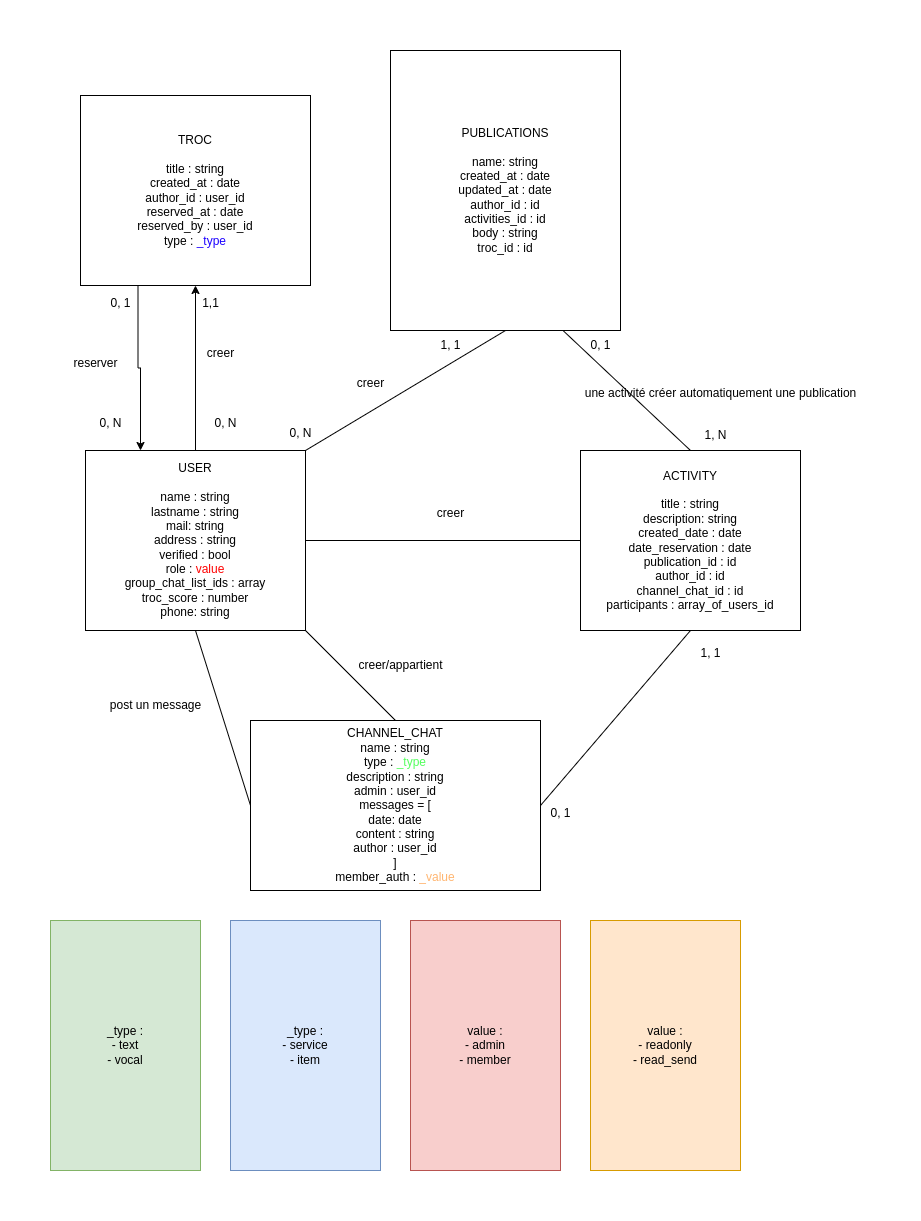
Above: DB_scheme.png in Spatulox/PA_CopainQuartier (draw.io), before the change. Source tidied: cells renumbered, new cells last; positions are measured from the earlier drawing's top-left corner, leaving out a move shared by most shapes.
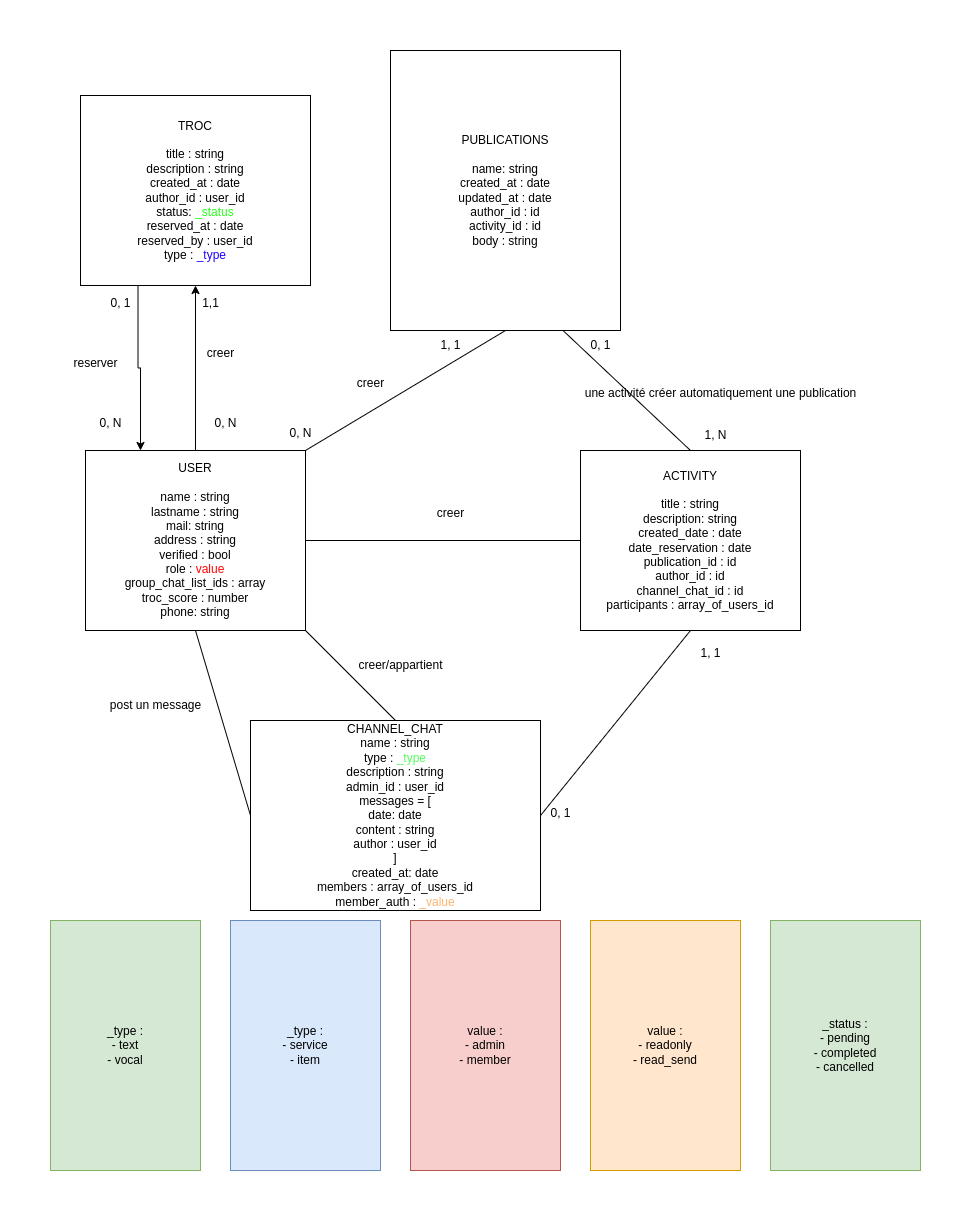
The same file after the commit.

Change to the diagram source:
```diff
@@ -14,8 +14,8 @@
     <mxCell id="5" style="endArrow=none;html=1;rounded=0;exitX=0;exitY=0.5;exitDx=0;exitDy=0;entryX=0.5;entryY=1;entryDx=0;entryDy=0;" parent="1" edge="1" source="6" target="3">
       <mxGeometry relative="1" as="geometry" />
     </mxCell>
-    <mxCell id="6" value="CHANNEL_CHAT&lt;div&gt;name : string&lt;/div&gt;&lt;div&gt;type : &lt;font style=&quot;color: rgb(85, 255, 95);&quot;&gt;_type&lt;/font&gt;&lt;/div&gt;&lt;div&gt;description : string&lt;/div&gt;&lt;div&gt;admin : user_id&lt;/div&gt;&lt;div&gt;&lt;span style=&quot;background-color: transparent; color: light-dark(rgb(0, 0, 0), rgb(255, 255, 255));&quot;&gt;messages = [&lt;/span&gt;&lt;/div&gt;&lt;div&gt;date: date&lt;/div&gt;&lt;div&gt;content : string&lt;/div&gt;&lt;div&gt;author : user_id&lt;/div&gt;&lt;div&gt;]&lt;/div&gt;&lt;div&gt;member_auth : &lt;font style=&quot;color: rgb(255, 181, 112);&quot;&gt;_value&lt;/font&gt;&lt;/div&gt;" style="rounded=0;whiteSpace=wrap;html=1;" parent="1" vertex="1">
-      <mxGeometry x="200" y="670" width="290" height="170" as="geometry" />
+    <mxCell id="6" value="CHANNEL_CHAT&lt;div&gt;name : string&lt;/div&gt;&lt;div&gt;type : &lt;font style=&quot;color: rgb(85, 255, 95);&quot;&gt;_type&lt;/font&gt;&lt;/div&gt;&lt;div&gt;description : string&lt;/div&gt;&lt;div&gt;admin_id : user_id&lt;/div&gt;&lt;div&gt;&lt;span style=&quot;background-color: transparent; color: light-dark(rgb(0, 0, 0), rgb(255, 255, 255));&quot;&gt;messages = [&lt;/span&gt;&lt;/div&gt;&lt;div&gt;date: date&lt;/div&gt;&lt;div&gt;content : string&lt;/div&gt;&lt;div&gt;author : user_id&lt;/div&gt;&lt;div&gt;]&lt;/div&gt;&lt;div&gt;created_at: date&lt;/div&gt;&lt;div&gt;members : array_of_users_id&lt;/div&gt;&lt;div&gt;member_auth : &lt;font style=&quot;color: rgb(255, 181, 112);&quot;&gt;_value&lt;/font&gt;&lt;/div&gt;" style="rounded=0;whiteSpace=wrap;html=1;" parent="1" vertex="1">
+      <mxGeometry x="200" y="670" width="290" height="190" as="geometry" />
     </mxCell>
     <mxCell id="7" style="endArrow=none;html=1;rounded=0;exitX=1;exitY=1;exitDx=0;exitDy=0;entryX=0.5;entryY=0;entryDx=0;entryDy=0;" parent="1" edge="1" source="3" target="6">
       <mxGeometry relative="1" as="geometry" />
@@ -26,13 +26,13 @@
     <mxCell id="9" style="edgeStyle=orthogonalEdgeStyle;rounded=0;jettySize=auto;html=1;exitX=0.25;exitY=1;exitDx=0;exitDy=0;entryX=0.25;entryY=0;entryDx=0;entryDy=0;" parent="1" edge="1" source="10" target="3">
       <mxGeometry relative="1" as="geometry" />
     </mxCell>
-    <mxCell id="10" value="TROC&lt;div&gt;&lt;br&gt;&lt;/div&gt;&lt;div&gt;title : string&lt;/div&gt;&lt;div&gt;created_at : date&lt;/div&gt;&lt;div&gt;author_id : user_id&lt;/div&gt;&lt;div&gt;reserved_at : date&lt;/div&gt;&lt;div&gt;reserved_by : user_id&lt;/div&gt;&lt;div&gt;type : &lt;font style=&quot;color: rgb(29, 3, 255);&quot;&gt;_type&lt;/font&gt;&lt;/div&gt;" style="rounded=0;whiteSpace=wrap;html=1;" parent="1" vertex="1">
+    <mxCell id="10" value="TROC&lt;div&gt;&lt;br&gt;&lt;/div&gt;&lt;div&gt;title : string&lt;/div&gt;&lt;div&gt;description : string&lt;/div&gt;&lt;div&gt;created_at : date&lt;/div&gt;&lt;div&gt;author_id : user_id&lt;/div&gt;&lt;div&gt;&lt;span style=&quot;background-color: transparent; color: light-dark(rgb(0, 0, 0), rgb(255, 255, 255));&quot;&gt;status: &lt;/span&gt;&lt;span style=&quot;background-color: transparent;&quot;&gt;&lt;font style=&quot;color: light-dark(rgb(40, 255, 26), rgb(255, 255, 255));&quot;&gt;_status&lt;/font&gt;&lt;/span&gt;&lt;/div&gt;&lt;div&gt;&lt;span style=&quot;background-color: transparent; color: light-dark(rgb(0, 0, 0), rgb(255, 255, 255));&quot;&gt;reserved_at : date&lt;/span&gt;&lt;/div&gt;&lt;div&gt;reserved_by : user_id&lt;/div&gt;&lt;div&gt;type : &lt;font style=&quot;color: rgb(29, 3, 255);&quot;&gt;_type&lt;/font&gt;&lt;/div&gt;" style="rounded=0;whiteSpace=wrap;html=1;" parent="1" vertex="1">
       <mxGeometry x="30" y="45" width="230" height="190" as="geometry" />
     </mxCell>
     <mxCell id="11" value="_type :&lt;div&gt;- service&lt;/div&gt;&lt;div&gt;- item&lt;/div&gt;" style="rounded=0;whiteSpace=wrap;html=1;fillColor=#dae8fc;strokeColor=#6c8ebf;" parent="1" vertex="1">
       <mxGeometry x="180" y="870" width="150" height="250" as="geometry" />
     </mxCell>
-    <mxCell id="12" value="PUBLICATIONS&lt;div&gt;&lt;br&gt;&lt;/div&gt;&lt;div&gt;name: string&lt;/div&gt;&lt;div&gt;created_at : date&lt;/div&gt;&lt;div&gt;updated_at : date&lt;/div&gt;&lt;div&gt;author_id : id&lt;/div&gt;&lt;div&gt;activities_id : id&lt;/div&gt;&lt;div&gt;body : string&lt;/div&gt;&lt;div&gt;troc_id : id&lt;/div&gt;" style="rounded=0;whiteSpace=wrap;html=1;" parent="1" vertex="1">
+    <mxCell id="12" value="PUBLICATIONS&lt;div&gt;&lt;br&gt;&lt;/div&gt;&lt;div&gt;name: string&lt;/div&gt;&lt;div&gt;created_at : date&lt;/div&gt;&lt;div&gt;updated_at : date&lt;/div&gt;&lt;div&gt;author_id : id&lt;/div&gt;&lt;div&gt;activity_id : id&lt;/div&gt;&lt;div&gt;body : string&lt;/div&gt;" style="rounded=0;whiteSpace=wrap;html=1;" parent="1" vertex="1">
       <mxGeometry x="340" width="230" height="280" as="geometry" />
     </mxCell>
     <mxCell id="13" style="endArrow=none;html=1;rounded=0;entryX=0.5;entryY=1;entryDx=0;entryDy=0;exitX=1;exitY=0;exitDx=0;exitDy=0;" parent="1" edge="1" source="3" target="12">
@@ -104,5 +104,8 @@
     <mxCell id="35" value="value :&lt;div&gt;- readonly&lt;/div&gt;&lt;div&gt;- read_send&lt;/div&gt;" style="rounded=0;whiteSpace=wrap;html=1;fillColor=#ffe6cc;strokeColor=#d79b00;" parent="1" vertex="1">
       <mxGeometry x="540" y="870" width="150" height="250" as="geometry" />
     </mxCell>
+    <mxCell id="36" value="_status :&lt;div&gt;- pending&lt;/div&gt;&lt;div&gt;- completed&lt;/div&gt;&lt;div&gt;- cancelled&lt;/div&gt;" style="rounded=0;whiteSpace=wrap;html=1;fillColor=#d5e8d4;strokeColor=#82b366;" parent="1" vertex="1">
+      <mxGeometry x="720" y="870" width="150" height="250" as="geometry" />
+    </mxCell>
   </root>
 </mxGraphModel>
```
